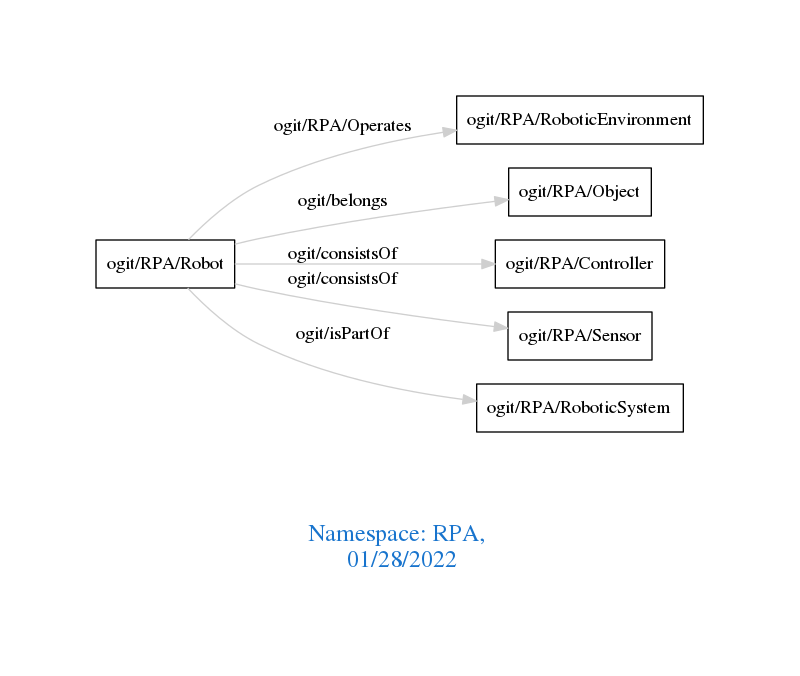
Above: downloads/RPA.png in arago/OGIT (Graphviz), before the change. Its source is kept beside it as downloads/RPA.dot.
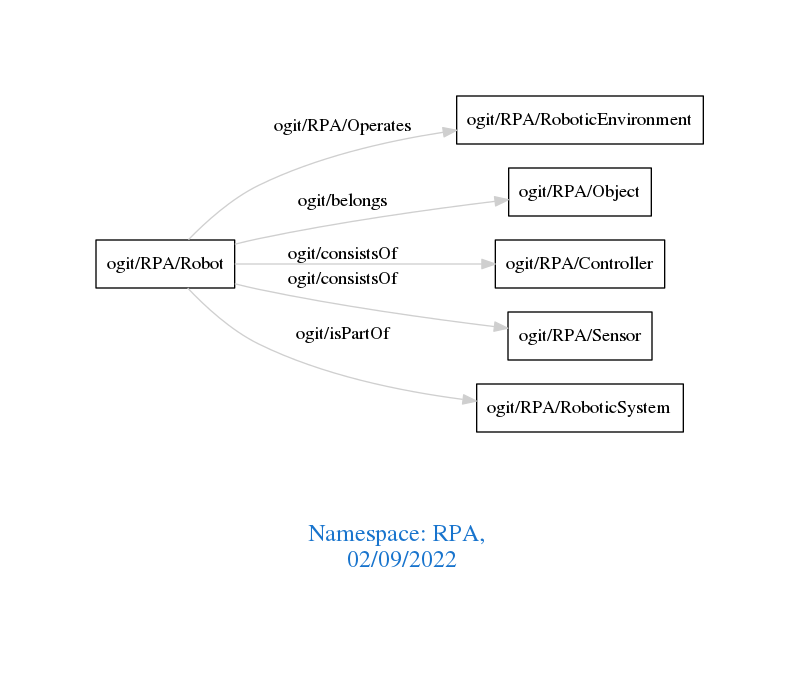
The same diagram one commit later.

What changed in the source:
```diff
@@ -1,7 +1,7 @@
 digraph OGIT_ontology {
  graph [ rankdir= LR,pad=1
 fontsize = 18,
-fontcolor= dodgerblue3,label = "\n\n\nNamespace: RPA, \n 01/28/2022"];
+fontcolor= dodgerblue3,label = "\n\n\nNamespace: RPA, \n 02/09/2022"];
 node[shape=polygon];
 edge [  color="gray81"];
 
```
